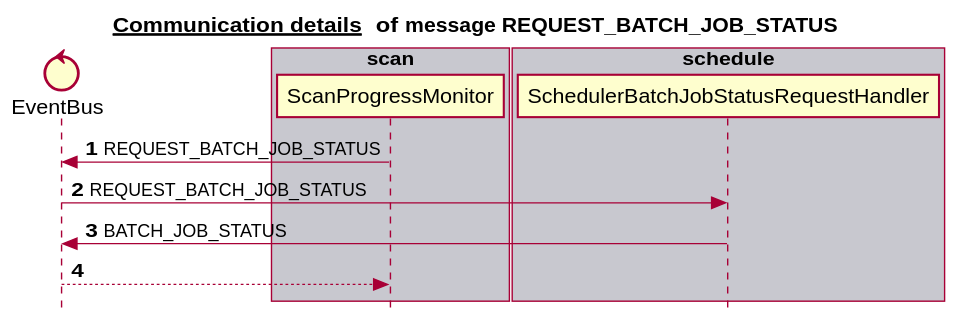
Earlier version of the PlantUML export docs/latest/images/gen_domain_messaging_request_batch_job_status.svg (mercedes-benz/sechub).
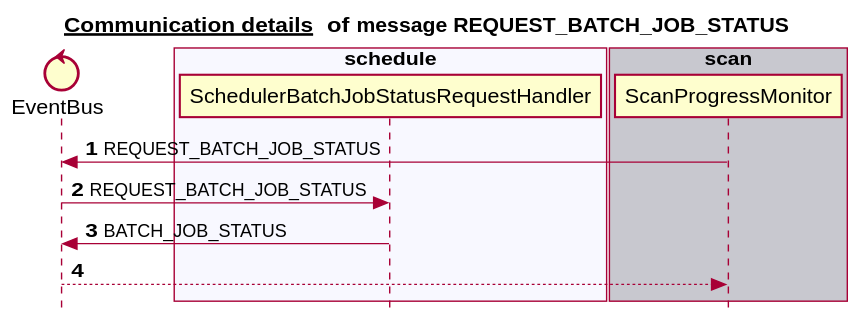
The same diagram one commit later.

The edit, as a diff of the source:
```diff
@@ -6,17 +6,17 @@
 
 
 control EventBus
-box "scan" #C8C8CF
-   participant ScanProgressMonitor
+box "notification" #C8C8CF
 end box
 box "authorization" #F8F8FF
 end box
 box "administration" #C8C8CF
 end box
-box "notification" #F8F8FF
+box "schedule" #F8F8FF
+   participant SchedulerBatchJobStatusRequestHandler
 end box
-box "schedule" #C8C8CF
-   participant SchedulerBatchJobStatusRequestHandler
+box "scan" #C8C8CF
+   participant ScanProgressMonitor
 end box
 autonumber 1
 ScanProgressMonitor -> EventBus:REQUEST_BATCH_JOB_STATUS
```
